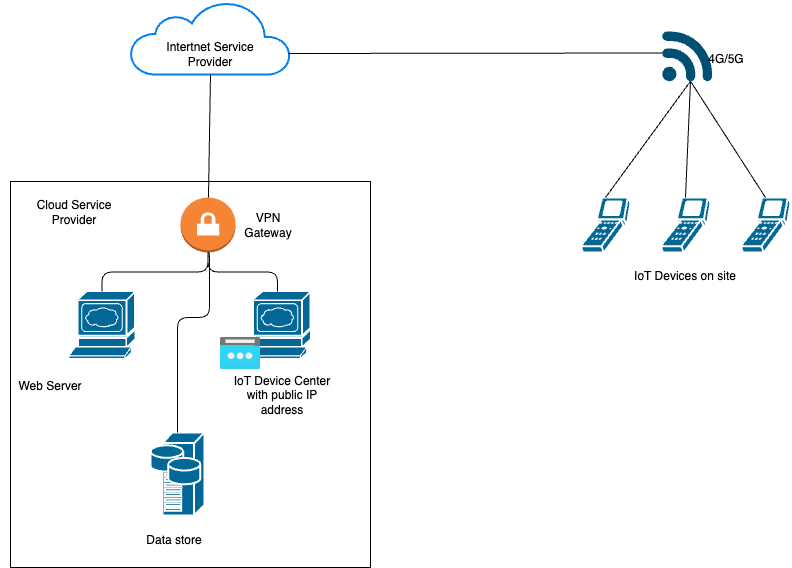
JinIgarashi/york-cs-ai-online keeps this draw.io diagram as camn/summative/network_design_cloud.png. Above is the earlier version. Source tidied: cells renumbered, new cells last; positions are measured from the earlier drawing's top-left corner, leaving out a move shared by most shapes. Its diagram source:
```xml
<mxGraphModel>
  <root>
    <mxCell id="0" />
    <mxCell id="1" parent="0" />
    <mxCell id="2" style="rounded=0;whiteSpace=wrap;html=1;" parent="1" vertex="1">
      <mxGeometry x="10" y="180" width="360" height="386" as="geometry" />
    </mxCell>
    <mxCell id="3" style="shape=mxgraph.cisco.servers.www_server;sketch=0;html=1;dashed=0;fillColor=#036897;strokeColor=#ffffff;strokeWidth=2;verticalLabelPosition=bottom;verticalAlign=top;align=center;outlineConnect=0;" parent="1" vertex="1">
      <mxGeometry x="68.5" y="290" width="66" height="67" as="geometry" />
    </mxCell>
    <mxCell id="4" value="Web Server" style="text;html=1;strokeColor=none;fillColor=none;align=center;verticalAlign=middle;whiteSpace=wrap;rounded=0;" parent="1" vertex="1">
      <mxGeometry y="370" width="100" height="30" as="geometry" />
    </mxCell>
    <mxCell id="5" style="shape=mxgraph.cisco.servers.storage_server;sketch=0;html=1;dashed=0;fillColor=#036897;strokeColor=#ffffff;strokeWidth=2;verticalLabelPosition=bottom;verticalAlign=top;align=center;outlineConnect=0;" parent="1" vertex="1">
      <mxGeometry x="150" y="431" width="54" height="83" as="geometry" />
    </mxCell>
    <mxCell id="6" value="Data store" style="text;html=1;strokeColor=none;fillColor=none;align=center;verticalAlign=middle;whiteSpace=wrap;rounded=0;" parent="1" vertex="1">
      <mxGeometry x="123.5" y="524" width="100" height="30" as="geometry" />
    </mxCell>
    <mxCell id="7" style="shape=mxgraph.cisco.servers.www_server;sketch=0;html=1;dashed=0;fillColor=#036897;strokeColor=#ffffff;strokeWidth=2;verticalLabelPosition=bottom;verticalAlign=top;align=center;outlineConnect=0;" parent="1" vertex="1">
      <mxGeometry x="244" y="290" width="66" height="67" as="geometry" />
    </mxCell>
    <mxCell id="8" value="Cloud Service Provider" style="text;html=1;strokeColor=none;fillColor=none;align=center;verticalAlign=middle;whiteSpace=wrap;rounded=0;" parent="1" vertex="1">
      <mxGeometry x="23.5" y="196" width="100" height="30" as="geometry" />
    </mxCell>
    <mxCell id="9" value="IoT Device Center with public IP address" style="text;html=1;strokeColor=none;fillColor=none;align=center;verticalAlign=middle;whiteSpace=wrap;rounded=0;" parent="1" vertex="1">
      <mxGeometry x="231.9" y="379" width="100" height="30" as="geometry" />
    </mxCell>
    <mxCell id="10" style="html=1;align=center;image;fontSize=12;image=img/lib/azure2/networking/Public_IP_Addresses.svg;" parent="1" vertex="1">
      <mxGeometry x="220" y="336" width="40" height="32" as="geometry" />
    </mxCell>
    <mxCell id="11" style="outlineConnect=0;dashed=0;verticalLabelPosition=bottom;verticalAlign=top;align=center;html=1;shape=mxgraph.aws3.vpn_gateway;fillColor=#F58534;gradientColor=none;" parent="1" vertex="1">
      <mxGeometry x="180" y="196" width="55" height="55" as="geometry" />
    </mxCell>
    <mxCell id="12" style="endArrow=none;html=1;elbow=vertical;exitX=0.5;exitY=0;exitDx=0;exitDy=0;exitPerimeter=0;entryX=0.5;entryY=1;entryDx=0;entryDy=0;entryPerimeter=0;edgeStyle=orthogonalEdgeStyle;" parent="1" edge="1" source="3" target="11">
      <mxGeometry relative="1" as="geometry" />
    </mxCell>
    <mxCell id="13" style="endArrow=none;html=1;elbow=vertical;exitX=0.5;exitY=0;exitDx=0;exitDy=0;exitPerimeter=0;entryX=0.5;entryY=1;entryDx=0;entryDy=0;entryPerimeter=0;edgeStyle=orthogonalEdgeStyle;" parent="1" edge="1" source="7" target="11">
      <mxGeometry relative="1" as="geometry" />
    </mxCell>
    <mxCell id="14" style="endArrow=none;html=1;elbow=vertical;exitX=0.5;exitY=0;exitDx=0;exitDy=0;exitPerimeter=0;entryX=0.5;entryY=1;entryDx=0;entryDy=0;entryPerimeter=0;edgeStyle=orthogonalEdgeStyle;" parent="1" edge="1" source="5" target="11">
      <mxGeometry relative="1" as="geometry">
        <Array as="points">
          <mxPoint x="177" y="316" />
          <mxPoint x="209" y="316" />
          <mxPoint x="209" y="251" />
        </Array>
      </mxGeometry>
    </mxCell>
    <mxCell id="15" style="group;" parent="1" vertex="1">
      <mxGeometry x="130" width="160" height="73" as="geometry" />
    </mxCell>
    <mxCell id="16" style="html=1;verticalLabelPosition=bottom;align=center;labelBackgroundColor=#ffffff;verticalAlign=top;strokeWidth=2;strokeColor=#0080F0;shadow=0;dashed=0;shape=mxgraph.ios7.icons.cloud;" parent="15" vertex="1">
      <mxGeometry width="160" height="73" as="geometry" />
    </mxCell>
    <mxCell id="17" value="Intertnet Service Provider" style="text;html=1;strokeColor=none;fillColor=none;align=center;verticalAlign=middle;whiteSpace=wrap;rounded=0;" parent="15" vertex="1">
      <mxGeometry x="30" y="33" width="100" height="40" as="geometry" />
    </mxCell>
    <mxCell id="18" style="endArrow=none;html=1;entryX=0.5;entryY=1;entryDx=0;entryDy=0;" parent="1" edge="1" source="11" target="17">
      <mxGeometry relative="1" as="geometry" />
    </mxCell>
    <mxCell id="19" style="shape=mxgraph.cisco.computers_and_peripherals.scanner;sketch=0;html=1;dashed=0;fillColor=#036897;strokeColor=#ffffff;strokeWidth=2;verticalLabelPosition=bottom;verticalAlign=top;align=center;outlineConnect=0;" parent="1" vertex="1">
      <mxGeometry x="580" y="196" width="50" height="55" as="geometry" />
    </mxCell>
    <mxCell id="20" value="IoT Devices on site" style="text;html=1;strokeColor=none;fillColor=none;align=center;verticalAlign=middle;whiteSpace=wrap;rounded=0;" parent="1" vertex="1">
      <mxGeometry x="620" y="260" width="130" height="30" as="geometry" />
    </mxCell>
    <mxCell id="21" style="points=[[0.005,0.09,0],[0.08,0,0],[0.76,0.25,0],[1,0.92,0],[0.91,0.995,0],[0.57,0.995,0],[0.045,0.955,0],[0.005,0.43,0]];verticalLabelPosition=bottom;sketch=0;html=1;verticalAlign=top;align=center;shape=mxgraph.cisco19.3g_4g_indicator;fillColor=#005073;strokeColor=none;" parent="1" vertex="1">
      <mxGeometry x="661.5" y="30" width="50" height="50" as="geometry" />
    </mxCell>
    <mxCell id="22" value="4G/5G" style="text;html=1;strokeColor=none;fillColor=none;align=center;verticalAlign=middle;whiteSpace=wrap;rounded=0;" parent="1" vertex="1">
      <mxGeometry x="690" y="43" width="71.5" height="30" as="geometry" />
    </mxCell>
    <mxCell id="23" style="endArrow=none;html=1;elbow=vertical;exitX=0.57;exitY=0.995;exitDx=0;exitDy=0;exitPerimeter=0;entryX=0.5;entryY=0;entryDx=0;entryDy=0;entryPerimeter=0;" parent="1" edge="1" source="21" target="19">
      <mxGeometry relative="1" as="geometry" />
    </mxCell>
    <mxCell id="24" style="shape=mxgraph.cisco.computers_and_peripherals.scanner;sketch=0;html=1;dashed=0;fillColor=#036897;strokeColor=#ffffff;strokeWidth=2;verticalLabelPosition=bottom;verticalAlign=top;align=center;outlineConnect=0;" parent="1" vertex="1">
      <mxGeometry x="660" y="196" width="50" height="55" as="geometry" />
    </mxCell>
    <mxCell id="25" style="shape=mxgraph.cisco.computers_and_peripherals.scanner;sketch=0;html=1;dashed=0;fillColor=#036897;strokeColor=#ffffff;strokeWidth=2;verticalLabelPosition=bottom;verticalAlign=top;align=center;outlineConnect=0;" parent="1" vertex="1">
      <mxGeometry x="740" y="196" width="50" height="55" as="geometry" />
    </mxCell>
    <mxCell id="26" style="endArrow=none;html=1;elbow=vertical;exitX=0.57;exitY=0.995;exitDx=0;exitDy=0;exitPerimeter=0;entryX=0.5;entryY=0;entryDx=0;entryDy=0;entryPerimeter=0;" parent="1" edge="1" source="21" target="24">
      <mxGeometry relative="1" as="geometry" />
    </mxCell>
    <mxCell id="27" style="endArrow=none;html=1;elbow=vertical;exitX=0.57;exitY=0.995;exitDx=0;exitDy=0;exitPerimeter=0;entryX=0.5;entryY=0;entryDx=0;entryDy=0;entryPerimeter=0;" parent="1" edge="1" source="21" target="25">
      <mxGeometry relative="1" as="geometry" />
    </mxCell>
    <mxCell id="28" style="endArrow=none;html=1;entryX=0.988;entryY=0.712;entryDx=0;entryDy=0;entryPerimeter=0;exitX=0.005;exitY=0.43;exitDx=0;exitDy=0;exitPerimeter=0;" parent="1" edge="1" source="21" target="16">
      <mxGeometry relative="1" as="geometry" />
    </mxCell>
    <mxCell id="29" value="VPN Gateway" style="text;html=1;strokeColor=none;fillColor=none;align=center;verticalAlign=middle;whiteSpace=wrap;rounded=0;" parent="1" vertex="1">
      <mxGeometry x="235" y="208.5" width="65.5" height="30" as="geometry" />
    </mxCell>
  </root>
</mxGraphModel>
```
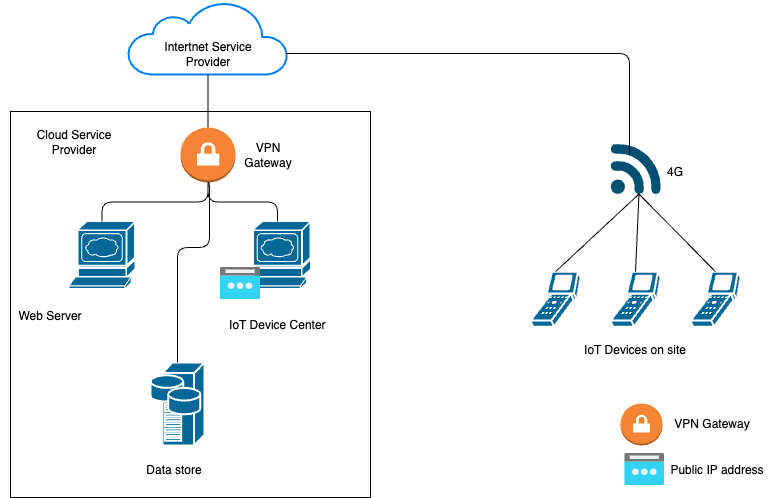
The same file after the commit.

What changed in the source:
```diff
@@ -23,8 +23,8 @@
     <mxCell id="8" value="Cloud Service Provider" style="text;html=1;strokeColor=none;fillColor=none;align=center;verticalAlign=middle;whiteSpace=wrap;rounded=0;" parent="1" vertex="1">
       <mxGeometry x="23.5" y="196" width="100" height="30" as="geometry" />
     </mxCell>
-    <mxCell id="9" value="IoT Device Center with public IP address" style="text;html=1;strokeColor=none;fillColor=none;align=center;verticalAlign=middle;whiteSpace=wrap;rounded=0;" parent="1" vertex="1">
-      <mxGeometry x="231.9" y="379" width="100" height="30" as="geometry" />
+    <mxCell id="9" value="IoT Device Center&amp;nbsp;" style="text;html=1;strokeColor=none;fillColor=none;align=center;verticalAlign=middle;whiteSpace=wrap;rounded=0;" parent="1" vertex="1">
+      <mxGeometry x="220" y="379" width="118.1" height="30" as="geometry" />
     </mxCell>
     <mxCell id="10" style="html=1;align=center;image;fontSize=12;image=img/lib/azure2/networking/Public_IP_Addresses.svg;" parent="1" vertex="1">
       <mxGeometry x="220" y="336" width="40" height="32" as="geometry" />
@@ -48,7 +48,7 @@
       </mxGeometry>
     </mxCell>
     <mxCell id="15" style="group;" parent="1" vertex="1">
-      <mxGeometry x="130" width="160" height="73" as="geometry" />
+      <mxGeometry x="127.5" y="70" width="160" height="73" as="geometry" />
     </mxCell>
     <mxCell id="16" style="html=1;verticalLabelPosition=bottom;align=center;labelBackgroundColor=#ffffff;verticalAlign=top;strokeWidth=2;strokeColor=#0080F0;shadow=0;dashed=0;shape=mxgraph.ios7.icons.cloud;" parent="15" vertex="1">
       <mxGeometry width="160" height="73" as="geometry" />
@@ -60,25 +60,25 @@
       <mxGeometry relative="1" as="geometry" />
     </mxCell>
     <mxCell id="19" style="shape=mxgraph.cisco.computers_and_peripherals.scanner;sketch=0;html=1;dashed=0;fillColor=#036897;strokeColor=#ffffff;strokeWidth=2;verticalLabelPosition=bottom;verticalAlign=top;align=center;outlineConnect=0;" parent="1" vertex="1">
-      <mxGeometry x="580" y="196" width="50" height="55" as="geometry" />
+      <mxGeometry x="530" y="340.2" width="50" height="55" as="geometry" />
     </mxCell>
     <mxCell id="20" value="IoT Devices on site" style="text;html=1;strokeColor=none;fillColor=none;align=center;verticalAlign=middle;whiteSpace=wrap;rounded=0;" parent="1" vertex="1">
-      <mxGeometry x="620" y="260" width="130" height="30" as="geometry" />
+      <mxGeometry x="570" y="404.2" width="130" height="30" as="geometry" />
     </mxCell>
     <mxCell id="21" style="points=[[0.005,0.09,0],[0.08,0,0],[0.76,0.25,0],[1,0.92,0],[0.91,0.995,0],[0.57,0.995,0],[0.045,0.955,0],[0.005,0.43,0]];verticalLabelPosition=bottom;sketch=0;html=1;verticalAlign=top;align=center;shape=mxgraph.cisco19.3g_4g_indicator;fillColor=#005073;strokeColor=none;" parent="1" vertex="1">
-      <mxGeometry x="661.5" y="30" width="50" height="50" as="geometry" />
+      <mxGeometry x="610" y="212.8" width="50" height="50" as="geometry" />
     </mxCell>
-    <mxCell id="22" value="4G/5G" style="text;html=1;strokeColor=none;fillColor=none;align=center;verticalAlign=middle;whiteSpace=wrap;rounded=0;" parent="1" vertex="1">
-      <mxGeometry x="690" y="43" width="71.5" height="30" as="geometry" />
+    <mxCell id="22" value="4G" style="text;html=1;strokeColor=none;fillColor=none;align=center;verticalAlign=middle;whiteSpace=wrap;rounded=0;" parent="1" vertex="1">
+      <mxGeometry x="638.5" y="225.8" width="71.5" height="30" as="geometry" />
     </mxCell>
     <mxCell id="23" style="endArrow=none;html=1;elbow=vertical;exitX=0.57;exitY=0.995;exitDx=0;exitDy=0;exitPerimeter=0;entryX=0.5;entryY=0;entryDx=0;entryDy=0;entryPerimeter=0;" parent="1" edge="1" source="21" target="19">
       <mxGeometry relative="1" as="geometry" />
     </mxCell>
     <mxCell id="24" style="shape=mxgraph.cisco.computers_and_peripherals.scanner;sketch=0;html=1;dashed=0;fillColor=#036897;strokeColor=#ffffff;strokeWidth=2;verticalLabelPosition=bottom;verticalAlign=top;align=center;outlineConnect=0;" parent="1" vertex="1">
-      <mxGeometry x="660" y="196" width="50" height="55" as="geometry" />
+      <mxGeometry x="610" y="340.2" width="50" height="55" as="geometry" />
     </mxCell>
     <mxCell id="25" style="shape=mxgraph.cisco.computers_and_peripherals.scanner;sketch=0;html=1;dashed=0;fillColor=#036897;strokeColor=#ffffff;strokeWidth=2;verticalLabelPosition=bottom;verticalAlign=top;align=center;outlineConnect=0;" parent="1" vertex="1">
-      <mxGeometry x="740" y="196" width="50" height="55" as="geometry" />
+      <mxGeometry x="690" y="340.2" width="50" height="55" as="geometry" />
     </mxCell>
     <mxCell id="26" style="endArrow=none;html=1;elbow=vertical;exitX=0.57;exitY=0.995;exitDx=0;exitDy=0;exitPerimeter=0;entryX=0.5;entryY=0;entryDx=0;entryDy=0;entryPerimeter=0;" parent="1" edge="1" source="21" target="24">
       <mxGeometry relative="1" as="geometry" />
@@ -86,11 +86,27 @@
     <mxCell id="27" style="endArrow=none;html=1;elbow=vertical;exitX=0.57;exitY=0.995;exitDx=0;exitDy=0;exitPerimeter=0;entryX=0.5;entryY=0;entryDx=0;entryDy=0;entryPerimeter=0;" parent="1" edge="1" source="21" target="25">
       <mxGeometry relative="1" as="geometry" />
     </mxCell>
-    <mxCell id="28" style="endArrow=none;html=1;entryX=0.988;entryY=0.712;entryDx=0;entryDy=0;entryPerimeter=0;exitX=0.005;exitY=0.43;exitDx=0;exitDy=0;exitPerimeter=0;" parent="1" edge="1" source="21" target="16">
-      <mxGeometry relative="1" as="geometry" />
+    <mxCell id="28" style="endArrow=none;html=1;entryX=0.988;entryY=0.712;entryDx=0;entryDy=0;entryPerimeter=0;exitX=0.38;exitY=0.205;exitDx=0;exitDy=0;exitPerimeter=0;edgeStyle=orthogonalEdgeStyle;" parent="1" edge="1" source="21" target="16">
+      <mxGeometry relative="1" as="geometry">
+        <Array as="points">
+          <mxPoint x="629" y="122" />
+        </Array>
+      </mxGeometry>
     </mxCell>
     <mxCell id="29" value="VPN Gateway" style="text;html=1;strokeColor=none;fillColor=none;align=center;verticalAlign=middle;whiteSpace=wrap;rounded=0;" parent="1" vertex="1">
       <mxGeometry x="235" y="208.5" width="65.5" height="30" as="geometry" />
     </mxCell>
+    <mxCell id="30" style="dashed=0;verticalLabelPosition=bottom;verticalAlign=top;align=center;html=1;shape=mxgraph.aws3.vpn_gateway;fillColor=#F58534;gradientColor=none;" parent="1" vertex="1">
+      <mxGeometry x="620" y="472" width="42" height="42" as="geometry" />
+    </mxCell>
+    <mxCell id="31" value="VPN Gateway" style="text;html=1;strokeColor=none;fillColor=none;align=center;verticalAlign=middle;whiteSpace=wrap;rounded=0;" parent="1" vertex="1">
+      <mxGeometry x="664.2" y="478" width="95.8" height="30" as="geometry" />
+    </mxCell>
+    <mxCell id="32" style="html=1;align=center;image;fontSize=12;image=img/lib/azure2/networking/Public_IP_Addresses.svg;" parent="1" vertex="1">
+      <mxGeometry x="624.2" y="522" width="40" height="32" as="geometry" />
+    </mxCell>
+    <mxCell id="33" value="Public IP address" style="text;html=1;strokeColor=none;fillColor=none;align=center;verticalAlign=middle;whiteSpace=wrap;rounded=0;" parent="1" vertex="1">
+      <mxGeometry x="664.2" y="524" width="105.8" height="30" as="geometry" />
+    </mxCell>
   </root>
 </mxGraphModel>
```
